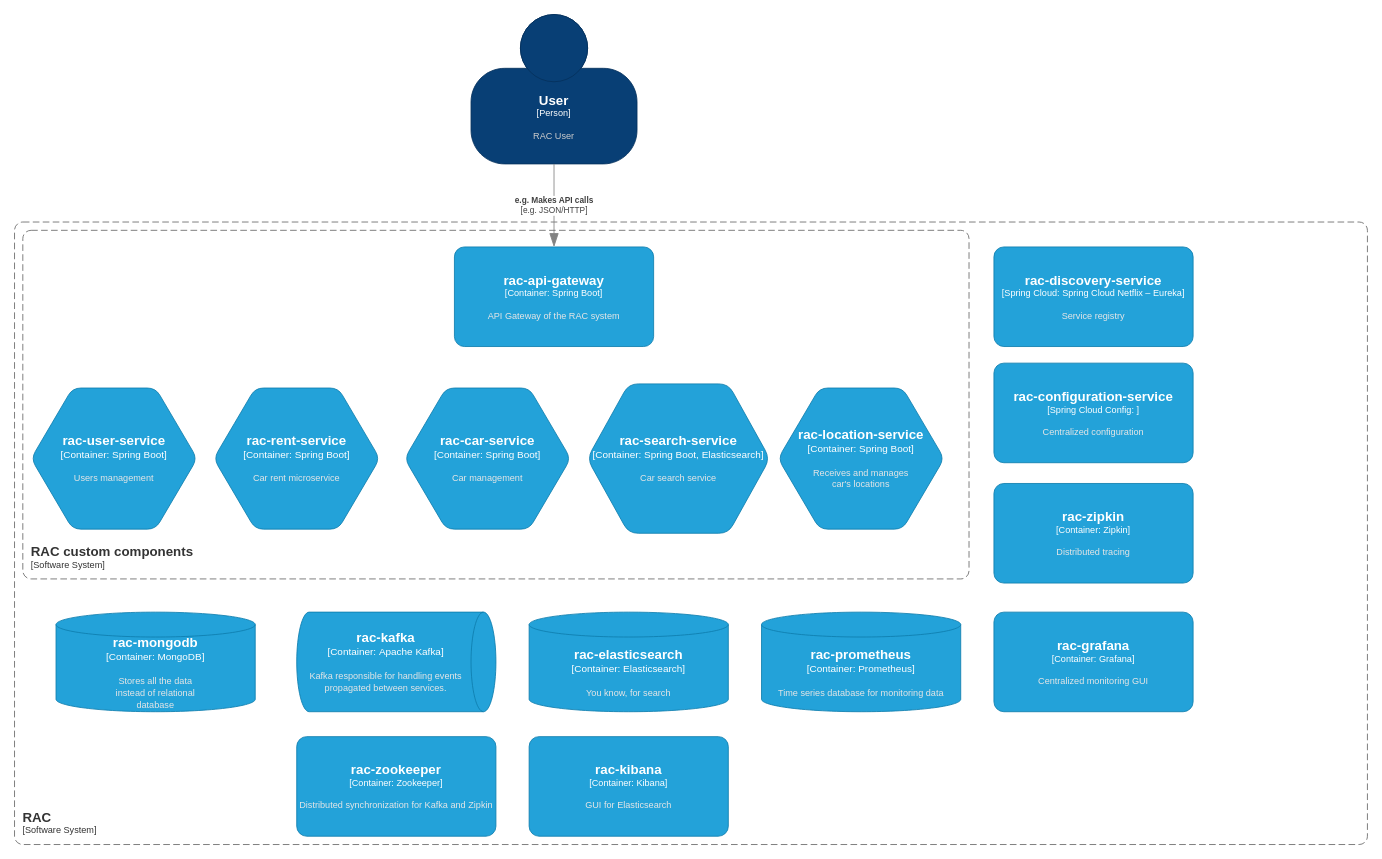
The draw.io diagram docs/c4/rac-modules.drawio in maciejgz/rac, before the edit. Source tidied: cells renumbered, new cells numbered last; positions are measured from the earlier drawing's top-left corner, leaving out a move shared by most shapes. Both pictures are drawn from the tidied source at 83%, with x=0, y=0 at pixel (14, 14).
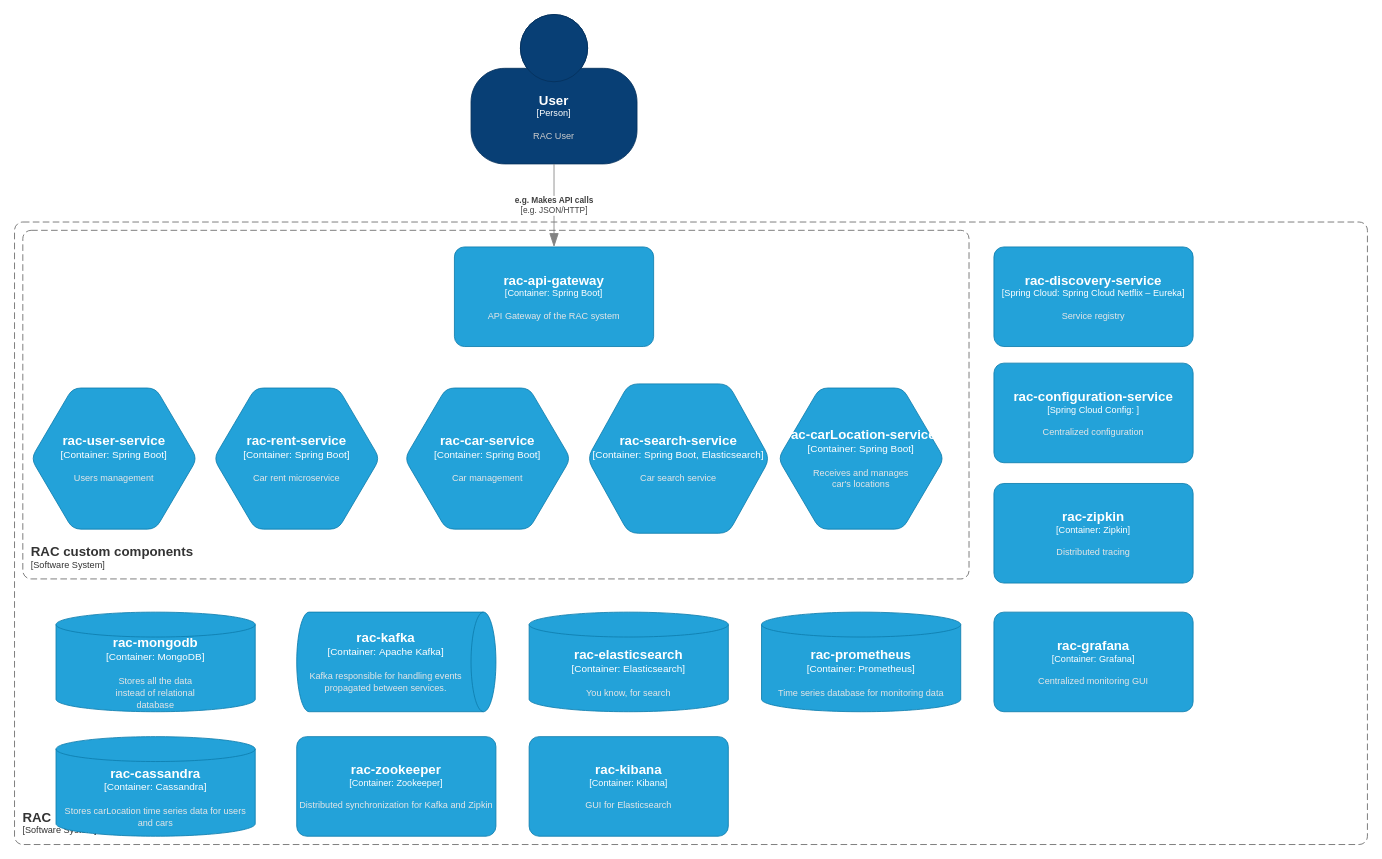
The same page after the edit.

Diff of the diagram source:
```diff
@@
-    <object id="8" label="&lt;font style=&quot;font-size: 16px&quot;&gt;&lt;b&gt;%c4Type%&lt;/b&gt;&lt;/font&gt;&lt;div&gt;[%c4Container%:&amp;nbsp;%c4Technology%]&lt;/div&gt;&lt;br&gt;&lt;div&gt;&lt;font style=&quot;font-size: 11px&quot;&gt;&lt;font color=&quot;#E6E6E6&quot;&gt;%c4Description%&lt;/font&gt;&lt;/div&gt;" c4Container="Container" c4Description="Receives and manages &#10;car's locations" c4Technology="Spring Boot" c4Type="rac-location-service" placeholders="1">
+    <object id="8" label="&lt;font style=&quot;font-size: 16px&quot;&gt;&lt;b&gt;%c4Type%&lt;/b&gt;&lt;/font&gt;&lt;div&gt;[%c4Container%:&amp;nbsp;%c4Technology%]&lt;/div&gt;&lt;br&gt;&lt;div&gt;&lt;font style=&quot;font-size: 11px&quot;&gt;&lt;font color=&quot;#E6E6E6&quot;&gt;%c4Description%&lt;/font&gt;&lt;/div&gt;" c4Container="Container" c4Description="Receives and manages &#10;car's locations" c4Technology="Spring Boot" c4Type="rac-carLocation-service" placeholders="1">
       <mxCell style="shape=hexagon;size=50;perimeter=hexagonPerimeter2;whiteSpace=wrap;html=1;fixedSize=1;rounded=1;labelBackgroundColor=none;fillColor=#23A2D9;fontSize=12;fontColor=#ffffff;align=center;strokeColor=#0E7DAD;" parent="1" vertex="1">
         <mxGeometry x="920" y="450" width="200" height="170" as="geometry" />
       </mxCell>
     </object>
@@
+    <object id="22" label="&lt;font style=&quot;font-size: 16px&quot;&gt;&lt;b&gt;%c4Type%&lt;/b&gt;&lt;/font&gt;&lt;div&gt;[%c4Container%:&amp;nbsp;%c4Technology%]&lt;/div&gt;&lt;br&gt;&lt;div&gt;&lt;font style=&quot;font-size: 11px&quot;&gt;&lt;font color=&quot;#E6E6E6&quot;&gt;%c4Description%&lt;/font&gt;&lt;/div&gt;" c4Container="Container" c4Description="Stores carLocation time series data for users and cars" c4Technology="Cassandra" c4Type="rac-cassandra" placeholders="1">
+      <mxCell style="shape=cylinder3;size=15;whiteSpace=wrap;html=1;boundedLbl=1;rounded=0;labelBackgroundColor=none;fillColor=#23A2D9;fontSize=12;fontColor=#ffffff;align=center;strokeColor=#0E7DAD;" parent="1" vertex="1">
+        <mxGeometry x="50" y="870" width="240" height="120" as="geometry" />
+      </mxCell>
+    </object>
```
